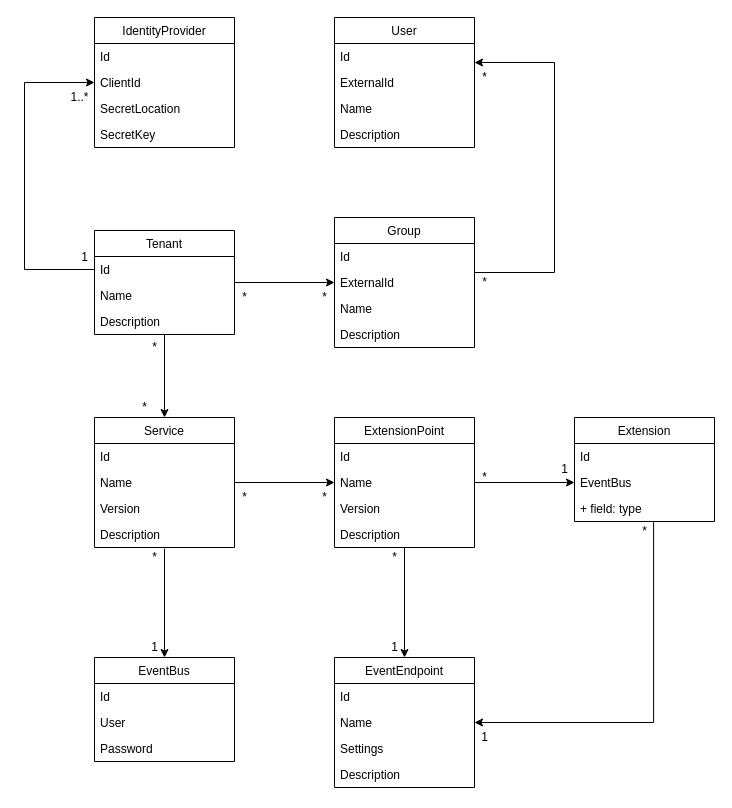
idarb-oss/alinea-doc keeps this draw.io diagram as diagrams/Untitled Diagram.drawio. Above is the earlier version. Source tidied: cells renumbered, new cells numbered last; positions are measured from the earlier drawing's top-left corner, leaving out a move shared by most shapes. Both pictures are drawn from the tidied source at 100%, with x=0, y=0 at pixel (24, 17).
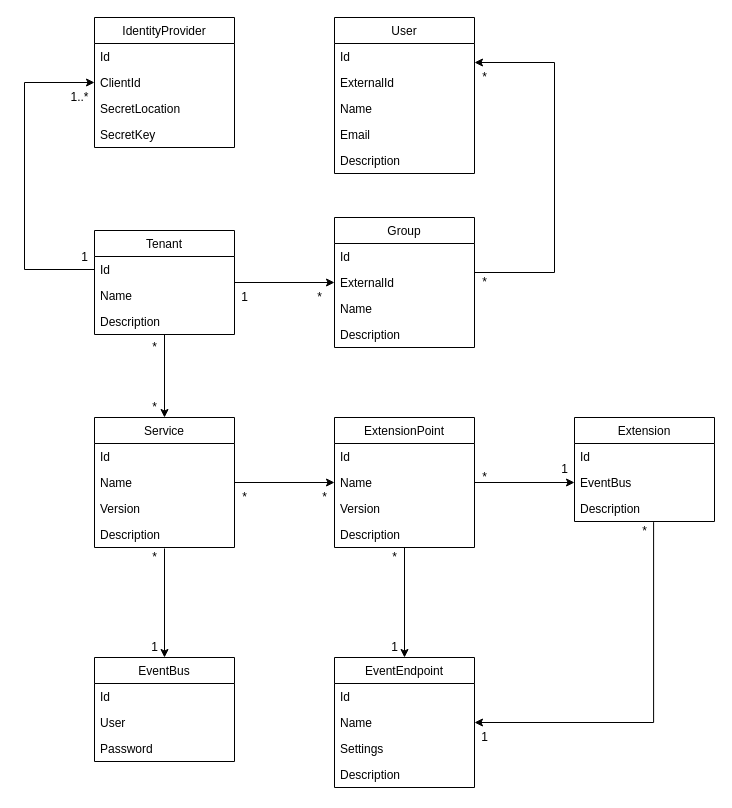
After the change.

Unchanged cells that the change refers to:
```xml
<mxCell id="47" value="Extension" style="swimlane;fontStyle=0;horizontal=1;startSize=26;fillColor=none;" parent="1" vertex="1">
  <mxGeometry x="550" y="400" width="140" height="104" as="geometry" />
</mxCell>
```

Change to the diagram source:
```diff
@@
     <mxCell id="14" value="User" style="swimlane;fontStyle=0;horizontal=1;startSize=26;fillColor=none;" parent="1" vertex="1">
-      <mxGeometry x="310" width="140" height="130" as="geometry" />
+      <mxGeometry x="310" width="140" height="156" as="geometry" />
     </mxCell>
@@
+    <mxCell id="71" value="Email" style="text;strokeColor=none;fillColor=none;align=left;verticalAlign=top;spacingLeft=4;spacingRight=4;overflow=hidden;" parent="14" vertex="1">
+      <mxGeometry y="104" width="140" height="26" as="geometry" />
+    </mxCell>
     <mxCell id="18" value="Description" style="text;strokeColor=none;fillColor=none;align=left;verticalAlign=top;spacingLeft=4;spacingRight=4;overflow=hidden;" parent="14" vertex="1">
-      <mxGeometry y="104" width="140" height="26" as="geometry" />
+      <mxGeometry y="130" width="140" height="26" as="geometry" />
     </mxCell>
@@
     <mxCell id="36" value="*" style="text;html=1;align=center;verticalAlign=middle;fillColor=none;strokeColor=none;rounded=0;" parent="1" vertex="1">
-      <mxGeometry x="290" y="270" width="20" height="20" as="geometry" />
+      <mxGeometry x="285" y="270" width="20" height="20" as="geometry" />
     </mxCell>
-    <mxCell id="37" value="*" style="text;html=1;align=center;verticalAlign=middle;fillColor=none;strokeColor=none;rounded=0;" parent="1" vertex="1">
+    <mxCell id="37" value="1" style="text;html=1;align=center;verticalAlign=middle;fillColor=none;strokeColor=none;rounded=0;" parent="1" vertex="1">
       <mxGeometry x="210" y="270" width="20" height="20" as="geometry" />
     </mxCell>
@@
     <mxCell id="43" value="*" style="text;html=1;align=center;verticalAlign=middle;fillColor=none;strokeColor=none;rounded=0;" parent="1" vertex="1">
-      <mxGeometry x="110" y="380" width="20" height="20" as="geometry" />
+      <mxGeometry x="120" y="380" width="20" height="20" as="geometry" />
     </mxCell>
@@
-    <mxCell id="50" value="+ field: type" style="text;strokeColor=none;fillColor=none;align=left;verticalAlign=top;spacingLeft=4;spacingRight=4;overflow=hidden;points=[[0,0.5],[1,0.5]];portConstraint=eastwest;" parent="47" vertex="1">
+    <mxCell id="50" value="Description" style="text;strokeColor=none;fillColor=none;align=left;verticalAlign=top;spacingLeft=4;spacingRight=4;overflow=hidden;points=[[0,0.5],[1,0.5]];portConstraint=eastwest;" parent="47" vertex="1">
       <mxGeometry y="78" width="140" height="26" as="geometry" />
     </mxCell>
```
